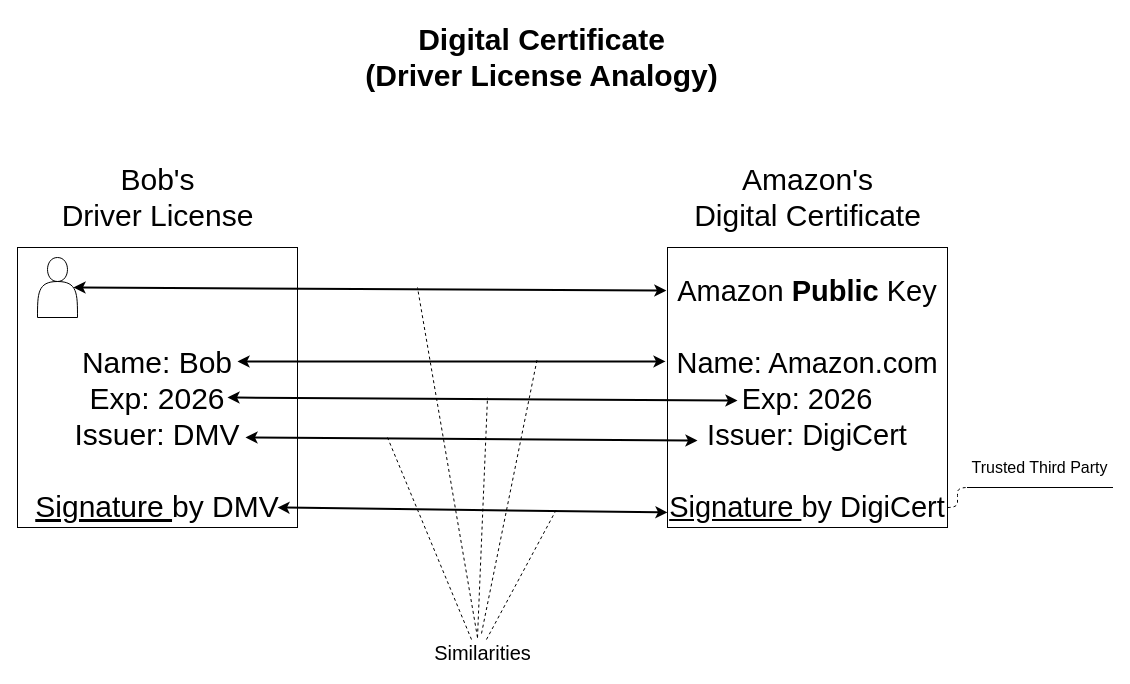
ProTapia/IST-215-Notes keeps this draw.io diagram as Driver License Analogy.drawio. Above is the earlier version. Source tidied: cells renumbered, new cells numbered last; positions are measured from the earlier drawing's top-left corner, leaving out a move shared by most shapes. Both pictures are drawn from the tidied source at 100%, with x=0, y=0 at pixel (17, 17).
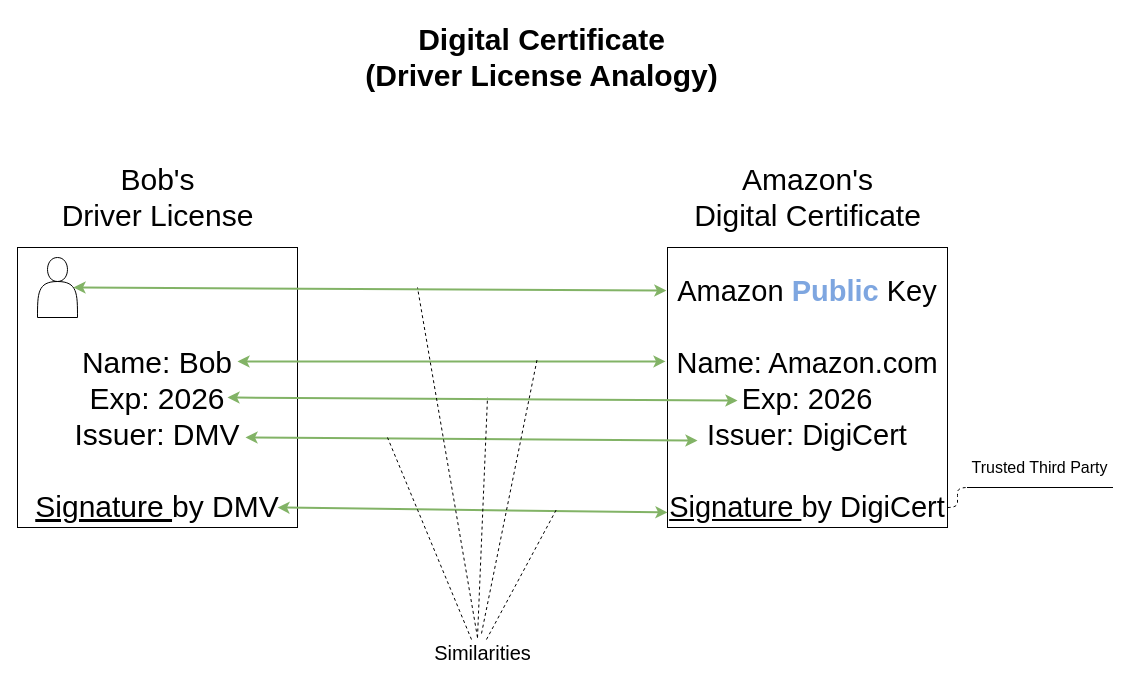
After the change.

Unchanged cells that the change refers to:
```xml
<mxCell id="4" style="shape=actor;whiteSpace=wrap;html=1;fontSize=30;" parent="1" vertex="1">
  <mxGeometry x="20" y="240" width="40" height="60" as="geometry" />
</mxCell>
```

What changed in the source:
```diff
@@
-    <mxCell id="5" value="&lt;font style=&quot;font-size: 29px&quot;&gt;Amazon &lt;b&gt;Public &lt;/b&gt;Key&lt;br&gt;&lt;br&gt;Name: Amazon.com&lt;br&gt;Exp: 2026&lt;br&gt;Issuer: DigiCert&lt;br&gt;&lt;br&gt;&lt;u&gt;Signature &lt;/u&gt;by DigiCert&lt;/font&gt;" style="whiteSpace=wrap;html=1;fontSize=30;verticalAlign=bottom;" parent="1" vertex="1">
+    <mxCell id="5" value="&lt;font style=&quot;font-size: 29px&quot;&gt;Amazon &lt;b&gt;&lt;font color=&quot;#7ea6e0&quot;&gt;Public &lt;/font&gt;&lt;/b&gt;Key&lt;br&gt;&lt;br&gt;Name: Amazon.com&lt;br&gt;Exp: 2026&lt;br&gt;Issuer: DigiCert&lt;br&gt;&lt;br&gt;&lt;u&gt;Signature &lt;/u&gt;by DigiCert&lt;/font&gt;" style="whiteSpace=wrap;html=1;fontSize=30;verticalAlign=bottom;" parent="1" vertex="1">
       <mxGeometry x="650" y="230" width="280" height="280" as="geometry" />
     </mxCell>
@@
-    <mxCell id="10" style="endArrow=classic;startArrow=classic;html=1;fontSize=30;exitX=0.9;exitY=0.5;exitDx=0;exitDy=0;exitPerimeter=0;entryX=-0.004;entryY=0.154;entryDx=0;entryDy=0;entryPerimeter=0;strokeWidth=2;" parent="1" edge="1" source="4" target="5">
+    <mxCell id="10" style="endArrow=classic;startArrow=classic;html=1;fontSize=30;exitX=0.9;exitY=0.5;exitDx=0;exitDy=0;exitPerimeter=0;entryX=-0.004;entryY=0.154;entryDx=0;entryDy=0;entryPerimeter=0;strokeWidth=2;fillColor=#d5e8d4;strokeColor=#82b366;" parent="1" edge="1" source="4" target="5">
       <mxGeometry relative="1" as="geometry" />
     </mxCell>
-    <mxCell id="11" style="endArrow=classic;startArrow=classic;html=1;fontSize=30;entryX=-0.007;entryY=0.407;entryDx=0;entryDy=0;entryPerimeter=0;strokeWidth=2;" parent="1" edge="1" target="5">
+    <mxCell id="11" style="endArrow=classic;startArrow=classic;html=1;fontSize=30;entryX=-0.007;entryY=0.407;entryDx=0;entryDy=0;entryPerimeter=0;strokeWidth=2;fillColor=#d5e8d4;strokeColor=#82b366;" parent="1" edge="1" target="5">
       <mxGeometry relative="1" as="geometry">
         <mxPoint x="220" y="344" as="sourcePoint" />
       </mxGeometry>
     </mxCell>
-    <mxCell id="12" style="endArrow=classic;startArrow=classic;html=1;fontSize=30;exitX=0.9;exitY=0.5;exitDx=0;exitDy=0;exitPerimeter=0;strokeWidth=2;" parent="1" edge="1">
+    <mxCell id="12" style="endArrow=classic;startArrow=classic;html=1;fontSize=30;exitX=0.9;exitY=0.5;exitDx=0;exitDy=0;exitPerimeter=0;strokeWidth=2;fillColor=#d5e8d4;strokeColor=#82b366;" parent="1" edge="1">
       <mxGeometry relative="1" as="geometry">
         <mxPoint x="210" y="380" as="sourcePoint" />
         <mxPoint x="720" y="383" as="targetPoint" />
       </mxGeometry>
     </mxCell>
-    <mxCell id="13" style="endArrow=classic;startArrow=classic;html=1;fontSize=30;exitX=0.9;exitY=0.5;exitDx=0;exitDy=0;exitPerimeter=0;strokeWidth=2;" parent="1" edge="1">
+    <mxCell id="13" style="endArrow=classic;startArrow=classic;html=1;fontSize=30;exitX=0.9;exitY=0.5;exitDx=0;exitDy=0;exitPerimeter=0;strokeWidth=2;fillColor=#d5e8d4;strokeColor=#82b366;" parent="1" edge="1">
       <mxGeometry relative="1" as="geometry">
         <mxPoint x="228" y="420" as="sourcePoint" />
         <mxPoint x="680" y="423" as="targetPoint" />
       </mxGeometry>
     </mxCell>
-    <mxCell id="14" style="endArrow=classic;startArrow=classic;html=1;fontSize=30;exitX=0.9;exitY=0.5;exitDx=0;exitDy=0;exitPerimeter=0;entryX=0;entryY=0.946;entryDx=0;entryDy=0;entryPerimeter=0;strokeWidth=2;" parent="1" edge="1" target="5">
+    <mxCell id="14" style="endArrow=classic;startArrow=classic;html=1;fontSize=30;exitX=0.9;exitY=0.5;exitDx=0;exitDy=0;exitPerimeter=0;entryX=0;entryY=0.946;entryDx=0;entryDy=0;entryPerimeter=0;strokeWidth=2;fillColor=#d5e8d4;strokeColor=#82b366;" parent="1" edge="1" target="5">
       <mxGeometry relative="1" as="geometry">
         <mxPoint x="260" y="490" as="sourcePoint" />
       </mxGeometry>
     </mxCell>
```
